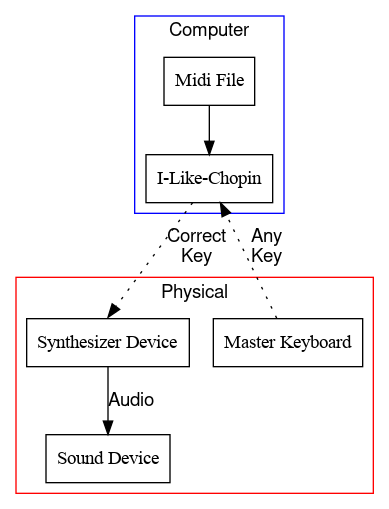
The Graphviz diagram media/ILC2.png in obook/I-like-Chopin, before a commit. Its source is kept beside it as media/ILC2.gv.
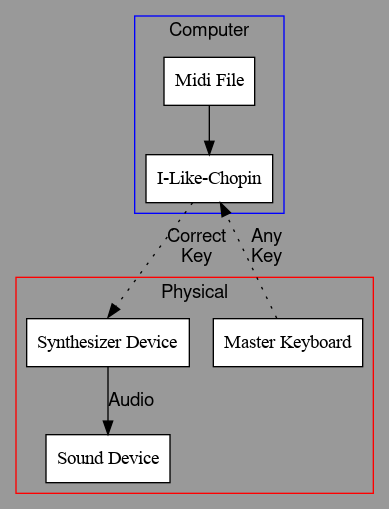
The same diagram one commit later.

Diff of the diagram source:
```diff
@@ -1,4 +1,5 @@
 digraph {
+        bgcolor="#999999";
         splines=false;
         ranksep=0.5;
         fontname="Helvetica,Arial,sans-serif";
```
